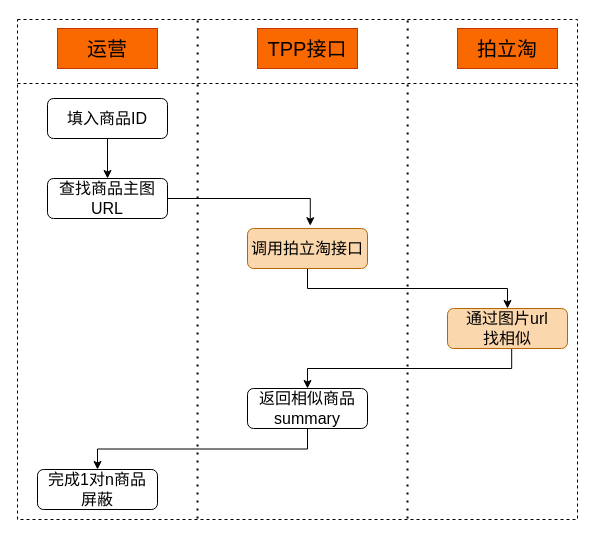
Before: 2.drawio in ElioCode/gitxuexi, a draw.io diagram. Source tidied: cells renumbered, new cells numbered last; positions are measured from the earlier drawing's top-left corner, leaving out a move shared by most shapes. Both pictures are drawn from the tidied source at 100%, with x=0, y=0 at pixel (17, 18).
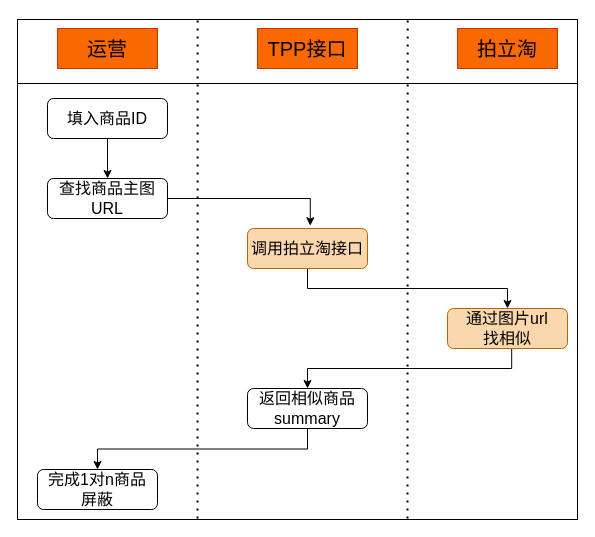
Above is the later version.

The edit, as a diff of the source:
```diff
@@
-    <mxCell id="16" style="rounded=0;whiteSpace=wrap;html=1;fillColor=none;dashed=1;" parent="1" vertex="1">
+    <mxCell id="16" style="rounded=0;whiteSpace=wrap;html=1;fillColor=none;" parent="1" vertex="1">
       <mxGeometry y="1" width="560" height="500" as="geometry" />
     </mxCell>
@@
-    <mxCell id="18" style="line;strokeWidth=1;html=1;dashed=1;fillColor=none;" parent="1" vertex="1">
+    <mxCell id="18" style="line;strokeWidth=1;html=1;fillColor=none;" parent="1" vertex="1">
       <mxGeometry y="60" width="560" height="10" as="geometry" />
     </mxCell>
```
